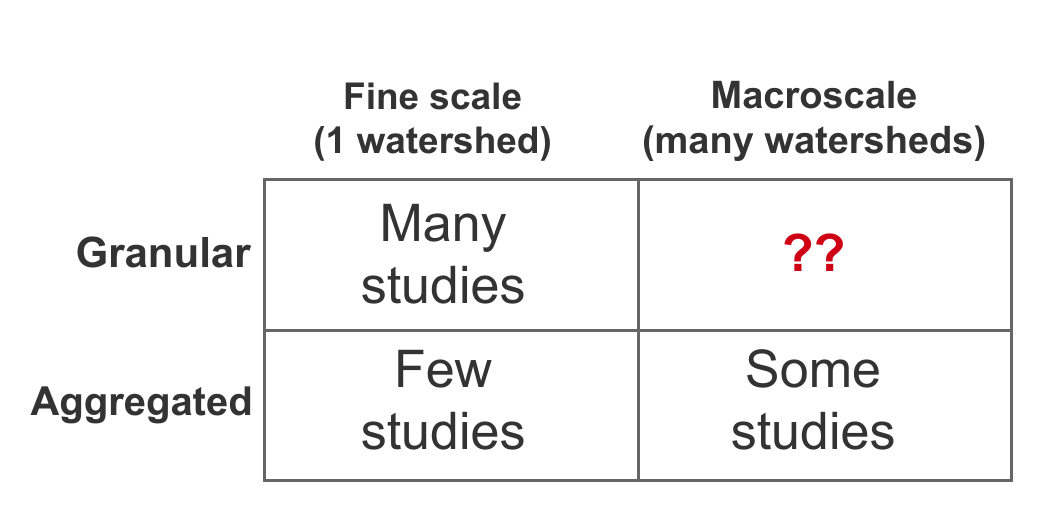
The draw.io diagram images/granularity.png in jsta/2019_ESA, before a commit. Source tidied: cells renumbered, new cells last; positions are measured from the earlier drawing's top-left corner, leaving out a move shared by most shapes.
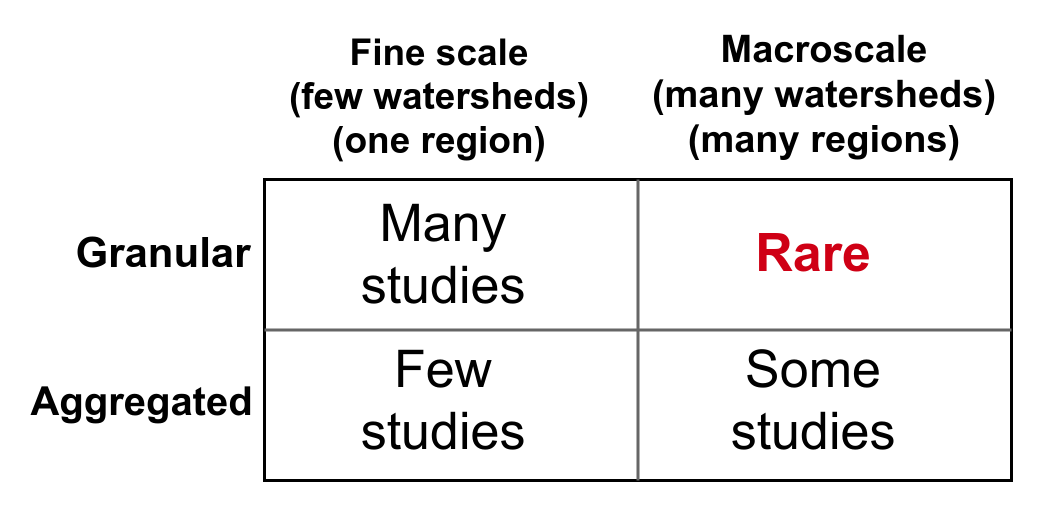
After the commit.

Diff of the diagram source:
```diff
@@ -3,12 +3,12 @@
     <mxCell id="0" />
     <mxCell id="1" parent="0" />
     <mxCell id="2" style="rounded=0;whiteSpace=wrap;html=1;fontSize=38;strokeWidth=3;strokeColor=none;fillColor=none;" parent="1" vertex="1">
-      <mxGeometry y="43" width="1050" height="480" as="geometry" />
+      <mxGeometry y="13" width="1050" height="510" as="geometry" />
     </mxCell>
     <mxCell id="3" style="group;" parent="1" vertex="1">
       <mxGeometry x="103" width="907" height="503" as="geometry" />
     </mxCell>
-    <mxCell id="4" style="rounded=0;whiteSpace=wrap;html=1;fillColor=#ffffff;strokeColor=#666666;fontColor=#333333;strokeWidth=3;" parent="3" vertex="1">
+    <mxCell id="4" style="rounded=0;whiteSpace=wrap;html=1;fillColor=#ffffff;strokeColor=#000000;fontColor=#333333;strokeWidth=3;" parent="3" vertex="1">
       <mxGeometry x="160" y="179" width="747" height="301" as="geometry" />
     </mxCell>
     <mxCell id="5" style="endArrow=none;html=1;entryX=0.5;entryY=0;entryDx=0;entryDy=0;exitX=0.5;exitY=1;exitDx=0;exitDy=0;fillColor=#f5f5f5;strokeColor=#666666;strokeWidth=3;" parent="3" edge="1" source="4" target="4">
@@ -17,29 +17,29 @@
     <mxCell id="6" style="endArrow=none;html=1;entryX=0;entryY=0.5;entryDx=0;entryDy=0;exitX=1;exitY=0.5;exitDx=0;exitDy=0;fillColor=#f5f5f5;strokeColor=#666666;strokeWidth=3;" parent="3" edge="1" source="4" target="4">
       <mxGeometry relative="1" as="geometry" />
     </mxCell>
-    <mxCell id="7" value="Few studies" style="text;html=1;strokeColor=none;fillColor=none;align=center;verticalAlign=middle;whiteSpace=wrap;rounded=0;fontColor=#333333;fontSize=52;fontStyle=0;" parent="3" vertex="1">
+    <mxCell id="7" value="Few studies" style="text;html=1;strokeColor=none;fillColor=none;align=center;verticalAlign=middle;whiteSpace=wrap;rounded=0;fontColor=#000000;fontSize=52;fontStyle=0;" parent="3" vertex="1">
       <mxGeometry x="309.9" y="377.7" width="57.9" height="43.2" as="geometry" />
     </mxCell>
-    <mxCell id="8" value="Granular" style="text;html=1;strokeColor=none;fillColor=none;align=center;verticalAlign=middle;whiteSpace=wrap;rounded=0;fontColor=#333333;fontSize=42;fontStyle=1;" parent="3" vertex="1">
+    <mxCell id="8" value="Granular" style="text;html=1;strokeColor=none;fillColor=none;align=center;verticalAlign=middle;whiteSpace=wrap;rounded=0;fontColor=#000000;fontSize=42;fontStyle=1;" parent="3" vertex="1">
       <mxGeometry x="-13.6" y="221.4" width="144.7" height="60.4" as="geometry" />
     </mxCell>
-    <mxCell id="9" value="Aggregated" style="text;html=1;strokeColor=none;fillColor=none;align=center;verticalAlign=middle;whiteSpace=wrap;rounded=0;fontColor=#333333;fontSize=40;fontStyle=1;" parent="3" vertex="1">
+    <mxCell id="9" value="Aggregated" style="text;html=1;strokeColor=none;fillColor=none;align=center;verticalAlign=middle;whiteSpace=wrap;rounded=0;fontColor=#000000;fontSize=40;fontStyle=1;" parent="3" vertex="1">
       <mxGeometry x="-57.2" y="369.4" width="188.1" height="60.4" as="geometry" />
     </mxCell>
-    <mxCell id="10" value="Some studies" style="text;html=1;strokeColor=none;fillColor=none;align=center;verticalAlign=middle;whiteSpace=wrap;rounded=0;fontColor=#333333;fontSize=52;fontStyle=0;" parent="3" vertex="1">
+    <mxCell id="10" value="Some studies" style="text;html=1;strokeColor=none;fillColor=none;align=center;verticalAlign=middle;whiteSpace=wrap;rounded=0;fontColor=#000000;fontSize=52;fontStyle=0;" parent="3" vertex="1">
       <mxGeometry x="651" y="378" width="115.7" height="43.2" as="geometry" />
     </mxCell>
-    <mxCell id="11" value="Many studies" style="text;html=1;strokeColor=none;fillColor=none;align=center;verticalAlign=middle;whiteSpace=wrap;rounded=0;fontColor=#333333;fontSize=52;fontStyle=0;" parent="3" vertex="1">
+    <mxCell id="11" value="Many studies" style="text;html=1;strokeColor=none;fillColor=none;align=center;verticalAlign=middle;whiteSpace=wrap;rounded=0;fontColor=#000000;fontSize=52;fontStyle=0;" parent="3" vertex="1">
       <mxGeometry x="281.2" y="231.7" width="115.7" height="43.2" as="geometry" />
     </mxCell>
-    <mxCell id="12" value="??" style="text;html=1;strokeColor=none;fillColor=none;align=center;verticalAlign=middle;whiteSpace=wrap;rounded=0;fontColor=#CF0015;fontSize=52;fontStyle=1;" parent="3" vertex="1">
+    <mxCell id="12" value="Rare" style="text;html=1;strokeColor=none;fillColor=none;align=center;verticalAlign=middle;whiteSpace=wrap;rounded=0;fontColor=#CF0015;fontSize=52;fontStyle=1;" parent="3" vertex="1">
       <mxGeometry x="679.9" y="230.2" width="57.9" height="43.2" as="geometry" />
     </mxCell>
-    <mxCell id="13" value="Fine scale&lt;br style=&quot;font-size: 37px&quot;&gt;(1 watershed)" style="text;html=1;strokeColor=none;fillColor=none;align=center;verticalAlign=middle;whiteSpace=wrap;rounded=0;fontColor=#333333;rotation=0;fontSize=37;fontStyle=1;" parent="1" vertex="1">
-      <mxGeometry x="304.5" y="64" width="252" height="108" as="geometry" />
-    </mxCell>
-    <mxCell id="14" value="Macroscale&lt;br style=&quot;font-size: 38px&quot;&gt;(many watersheds)" style="text;html=1;strokeColor=none;fillColor=none;align=center;verticalAlign=middle;whiteSpace=wrap;rounded=0;fontColor=#333333;rotation=0;fontSize=38;fontStyle=1;" parent="1" vertex="1">
-      <mxGeometry x="636.5" y="69.5" width="351" height="95" as="geometry" />
-    </mxCell>
+    <mxCell id="15" value="Fine scale&lt;br style=&quot;font-size: 37px&quot;&gt;(few watersheds)&lt;br&gt;(one region)" style="text;html=1;align=center;verticalAlign=middle;whiteSpace=wrap;rounded=0;rotation=0;fontSize=37;fontStyle=1;fontColor=#000000;" parent="1" vertex="1">
+      <mxGeometry x="282" y="26.5" width="310" height="138" as="geometry" />
+    </mxCell>
+    <mxCell id="16" value="Macroscale&lt;br style=&quot;font-size: 38px&quot;&gt;(many watersheds)&lt;br&gt;(many regions)" style="text;html=1;align=center;verticalAlign=middle;whiteSpace=wrap;rounded=0;rotation=0;fontSize=38;fontStyle=1;fontColor=#000000;" parent="1" vertex="1">
+      <mxGeometry x="647" y="24" width="351" height="140" as="geometry" />
+    </mxCell>
   </root>
 </mxGraphModel>
```
